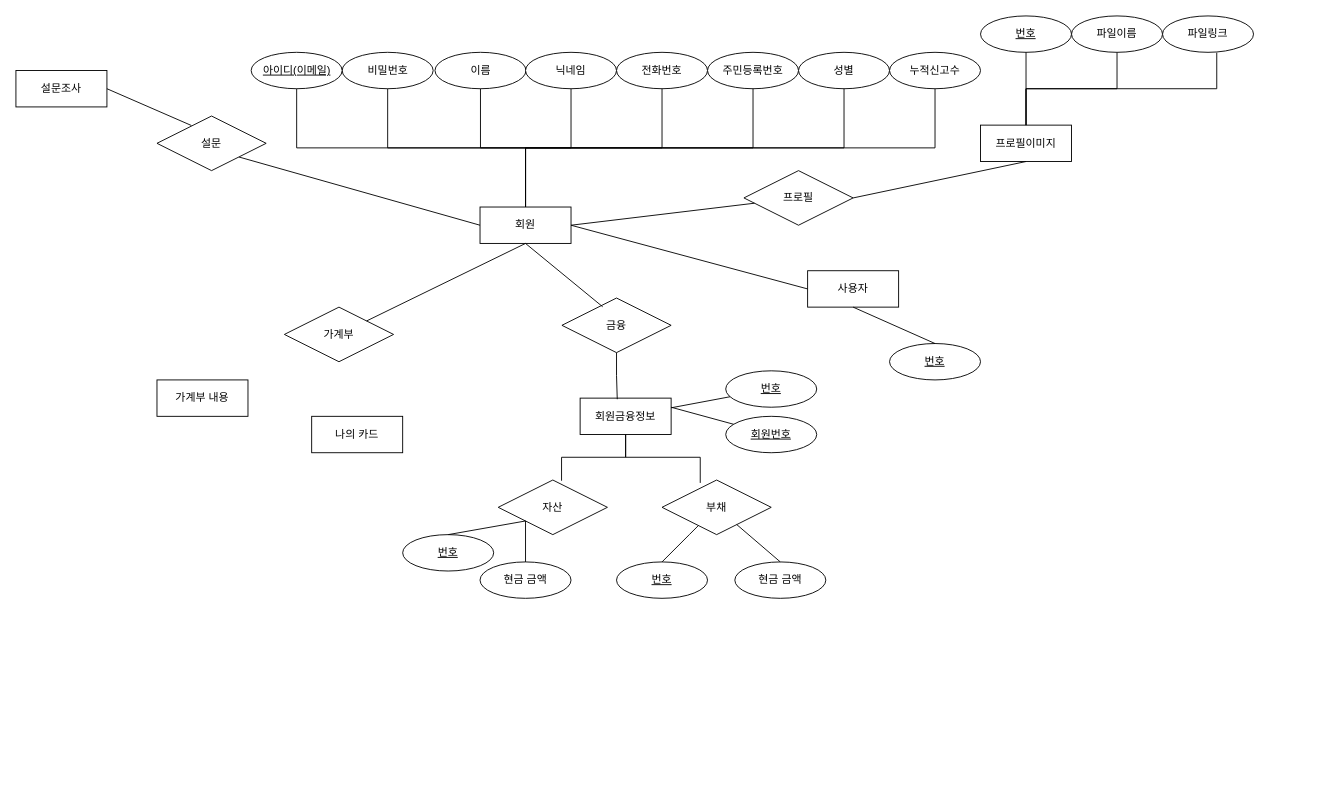
This is 제목 없는 다이어그램.drawio from Heailey/ERD, a draw.io file, before an edit. Source tidied: cells renumbered, new cells numbered last; positions are measured from the earlier drawing's top-left corner, leaving out a move shared by most shapes. Both pictures are drawn from the tidied source at 91%, with x=0, y=0 at pixel (15, 15).
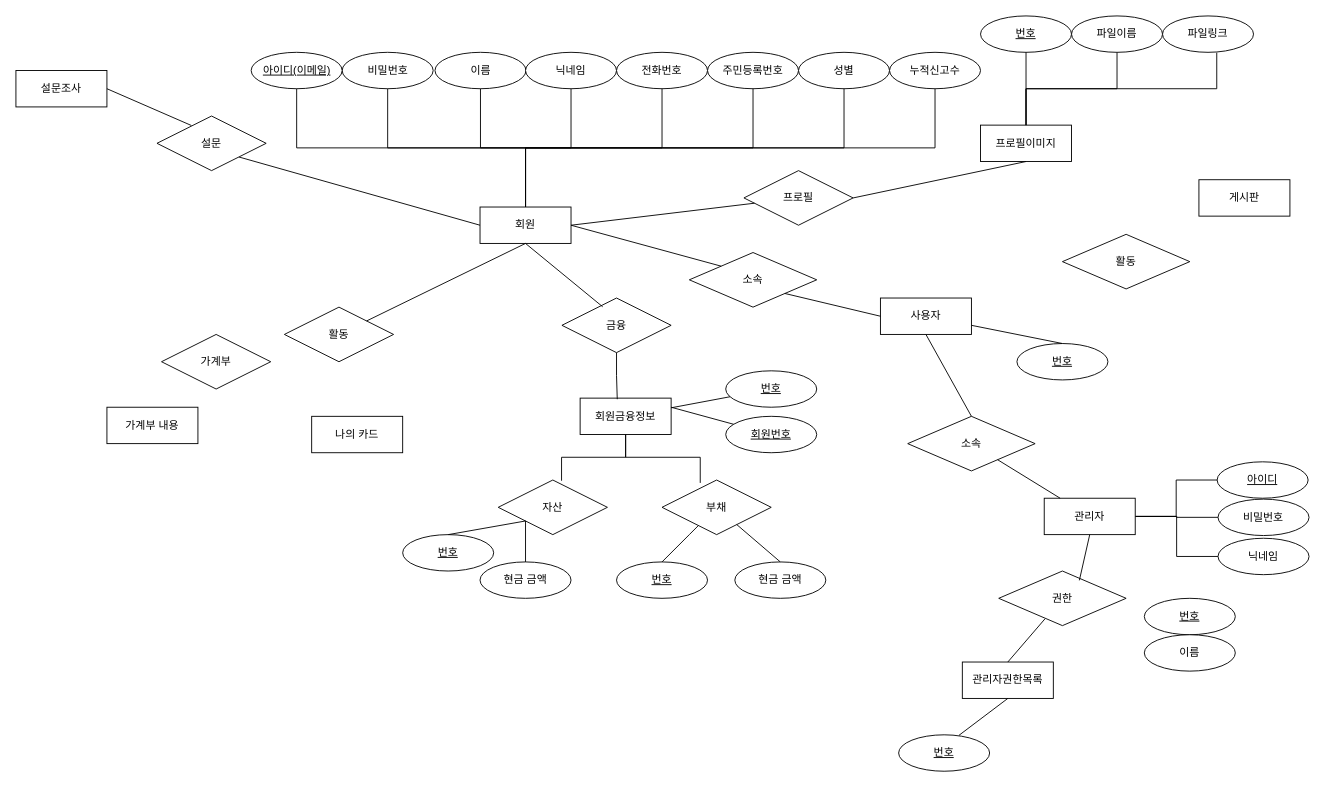
The same page after the edit.

Commit message:
제목 없는 다이어그램.drawio 업데이트

Unchanged cells that the change refers to:
```xml
<mxCell id="16" value="회원" style="whiteSpace=wrap;html=1;align=center;" parent="1" vertex="1">
  <mxGeometry x="510" y="210" width="100" height="40" as="geometry" />
</mxCell>
```

The edit, as a diff of the source:
```diff
@@
-    <mxCell id="17" value="가계부" style="shape=rhombus;perimeter=rhombusPerimeter;whiteSpace=wrap;html=1;align=center;" parent="1" vertex="1">
+    <mxCell id="17" value="활동" style="shape=rhombus;perimeter=rhombusPerimeter;whiteSpace=wrap;html=1;align=center;" parent="1" vertex="1">
       <mxGeometry x="295" y="320" width="120" height="60" as="geometry" />
     </mxCell>
     <mxCell id="18" value="가계부 내용" style="whiteSpace=wrap;html=1;align=center;" parent="1" vertex="1">
-      <mxGeometry x="155" y="400" width="100" height="40" as="geometry" />
+      <mxGeometry x="100" y="430" width="100" height="40" as="geometry" />
     </mxCell>
@@
     <mxCell id="22" value="사용자" style="whiteSpace=wrap;html=1;" parent="1" vertex="1">
-      <mxGeometry x="870" y="280" width="100" height="40" as="geometry" />
+      <mxGeometry x="950" y="310" width="100" height="40" as="geometry" />
     </mxCell>
-    <mxCell id="23" style="endArrow=none;html=1;rounded=0;exitX=1;exitY=0.5;exitDx=0;exitDy=0;entryX=0;entryY=0.5;entryDx=0;entryDy=0;" parent="1" edge="1" source="16" target="22">
-      <mxGeometry relative="1" as="geometry" />
-    </mxCell>
@@
     <mxCell id="44" value="번호" style="ellipse;whiteSpace=wrap;html=1;align=center;fontStyle=4;" parent="1" vertex="1">
-      <mxGeometry x="960" y="360" width="100" height="40" as="geometry" />
+      <mxGeometry x="1100" y="360" width="100" height="40" as="geometry" />
     </mxCell>
-    <mxCell id="45" style="endArrow=none;html=1;rounded=0;exitX=0.5;exitY=1;exitDx=0;exitDy=0;entryX=0.5;entryY=0;entryDx=0;entryDy=0;" parent="1" edge="1" source="22" target="44">
+    <mxCell id="45" style="endArrow=none;html=1;rounded=0;exitX=1;exitY=0.75;exitDx=0;exitDy=0;entryX=0.5;entryY=0;entryDx=0;entryDy=0;" parent="1" edge="1" source="22" target="44">
       <mxGeometry relative="1" as="geometry" />
     </mxCell>
@@
+    <mxCell id="61" value="소속" style="shape=rhombus;perimeter=rhombusPerimeter;whiteSpace=wrap;html=1;align=center;" parent="1" vertex="1">
+      <mxGeometry x="740" y="260" width="140" height="60" as="geometry" />
+    </mxCell>
+    <mxCell id="62" style="endArrow=none;html=1;rounded=0;exitX=1;exitY=0.5;exitDx=0;exitDy=0;entryX=0;entryY=0;entryDx=0;entryDy=0;" parent="1" edge="1" source="16" target="61">
+      <mxGeometry relative="1" as="geometry" />
+    </mxCell>
+    <mxCell id="63" style="endArrow=none;html=1;rounded=0;exitX=1;exitY=1;exitDx=0;exitDy=0;entryX=0;entryY=0.5;entryDx=0;entryDy=0;" parent="1" edge="1" source="61" target="22">
+      <mxGeometry relative="1" as="geometry" />
+    </mxCell>
+    <mxCell id="64" value="소속" style="shape=rhombus;perimeter=rhombusPerimeter;whiteSpace=wrap;html=1;align=center;" parent="1" vertex="1">
+      <mxGeometry x="980" y="440" width="140" height="60" as="geometry" />
+    </mxCell>
+    <mxCell id="65" style="endArrow=none;html=1;rounded=0;exitX=0.5;exitY=1;exitDx=0;exitDy=0;entryX=0.5;entryY=0;entryDx=0;entryDy=0;" parent="1" edge="1" source="22" target="64">
+      <mxGeometry relative="1" as="geometry" />
+    </mxCell>
+    <mxCell id="66" style="edgeStyle=orthogonalEdgeStyle;rounded=0;jettySize=auto;html=1;exitX=1;exitY=0.5;exitDx=0;exitDy=0;entryX=0;entryY=0.5;entryDx=0;entryDy=0;endArrow=none;endFill=0;" parent="1" edge="1" source="69" target="74">
+      <mxGeometry relative="1" as="geometry" />
+    </mxCell>
+    <mxCell id="67" style="edgeStyle=orthogonalEdgeStyle;rounded=0;jettySize=auto;html=1;exitX=1;exitY=0.5;exitDx=0;exitDy=0;entryX=0;entryY=0.5;entryDx=0;entryDy=0;endArrow=none;endFill=0;" parent="1" edge="1" source="69" target="75">
+      <mxGeometry relative="1" as="geometry" />
+    </mxCell>
+    <mxCell id="68" style="edgeStyle=orthogonalEdgeStyle;rounded=0;jettySize=auto;html=1;exitX=1;exitY=0.5;exitDx=0;exitDy=0;entryX=0;entryY=0.5;entryDx=0;entryDy=0;endArrow=none;endFill=0;" parent="1" edge="1" source="69" target="76">
+      <mxGeometry relative="1" as="geometry" />
+    </mxCell>
+    <mxCell id="69" value="관리자" style="whiteSpace=wrap;html=1;align=center;" parent="1" vertex="1">
+      <mxGeometry x="1130" y="530" width="100" height="40" as="geometry" />
+    </mxCell>
+    <mxCell id="70" style="endArrow=none;html=1;rounded=0;" parent="1" edge="1" source="64" target="69">
+      <mxGeometry relative="1" as="geometry" />
+    </mxCell>
+    <mxCell id="71" value="권한" style="shape=rhombus;perimeter=rhombusPerimeter;whiteSpace=wrap;html=1;align=center;" parent="1" vertex="1">
+      <mxGeometry x="1080" y="610" width="140" height="60" as="geometry" />
+    </mxCell>
+    <mxCell id="72" value="관리자권한목록" style="whiteSpace=wrap;html=1;align=center;" parent="1" vertex="1">
+      <mxGeometry x="1040" y="710" width="100" height="40" as="geometry" />
+    </mxCell>
+    <mxCell id="73" value="번호" style="ellipse;whiteSpace=wrap;html=1;align=center;fontStyle=4;" parent="1" vertex="1">
+      <mxGeometry x="970" y="790" width="100" height="40" as="geometry" />
+    </mxCell>
+    <mxCell id="74" value="아이디" style="ellipse;whiteSpace=wrap;html=1;align=center;fontStyle=4;" parent="1" vertex="1">
+      <mxGeometry x="1320" y="490" width="100" height="40" as="geometry" />
+    </mxCell>
+    <mxCell id="75" value="비밀번호" style="ellipse;whiteSpace=wrap;html=1;align=center;" parent="1" vertex="1">
+      <mxGeometry x="1321" y="531" width="100" height="40" as="geometry" />
+    </mxCell>
+    <mxCell id="76" value="닉네임" style="ellipse;whiteSpace=wrap;html=1;align=center;" parent="1" vertex="1">
+      <mxGeometry x="1321" y="574" width="100" height="40" as="geometry" />
+    </mxCell>
+    <mxCell id="77" style="edgeStyle=orthogonalEdgeStyle;rounded=0;orthogonalLoop=1;jettySize=auto;html=1;exitX=0.5;exitY=1;exitDx=0;exitDy=0;" parent="1" edge="1" source="76" target="76">
+      <mxGeometry relative="1" as="geometry" />
+    </mxCell>
+    <mxCell id="78" style="endArrow=none;html=1;rounded=0;entryX=0.5;entryY=1;entryDx=0;entryDy=0;exitX=0.633;exitY=0.171;exitDx=0;exitDy=0;exitPerimeter=0;" parent="1" edge="1" source="71" target="69">
+      <mxGeometry relative="1" as="geometry" />
+    </mxCell>
+    <mxCell id="79" style="endArrow=none;html=1;rounded=0;entryX=0.363;entryY=0.876;entryDx=0;entryDy=0;exitX=0.5;exitY=0;exitDx=0;exitDy=0;entryPerimeter=0;" parent="1" edge="1" source="72" target="71">
+      <mxGeometry relative="1" as="geometry" />
+    </mxCell>
+    <mxCell id="80" style="endArrow=none;html=1;rounded=0;entryX=0.5;entryY=1;entryDx=0;entryDy=0;exitX=0.663;exitY=0.014;exitDx=0;exitDy=0;exitPerimeter=0;" parent="1" edge="1" source="73" target="72">
+      <mxGeometry relative="1" as="geometry" />
+    </mxCell>
+    <mxCell id="81" value="활동" style="shape=rhombus;perimeter=rhombusPerimeter;whiteSpace=wrap;html=1;align=center;" parent="1" vertex="1">
+      <mxGeometry x="1150" y="240" width="140" height="60" as="geometry" />
+    </mxCell>
+    <mxCell id="82" value="게시판" style="whiteSpace=wrap;html=1;align=center;" parent="1" vertex="1">
+      <mxGeometry x="1300" y="180" width="100" height="40" as="geometry" />
+    </mxCell>
+    <mxCell id="83" value="가계부" style="shape=rhombus;perimeter=rhombusPerimeter;whiteSpace=wrap;html=1;align=center;" parent="1" vertex="1">
+      <mxGeometry x="160" y="350" width="120" height="60" as="geometry" />
+    </mxCell>
+    <mxCell id="84" value="번호" style="ellipse;whiteSpace=wrap;html=1;align=center;fontStyle=4;" parent="1" vertex="1">
+      <mxGeometry x="1240" y="640" width="100" height="40" as="geometry" />
+    </mxCell>
+    <mxCell id="85" value="이름" style="ellipse;whiteSpace=wrap;html=1;align=center;" parent="1" vertex="1">
+      <mxGeometry x="1240" y="680" width="100" height="40" as="geometry" />
+    </mxCell>
```
